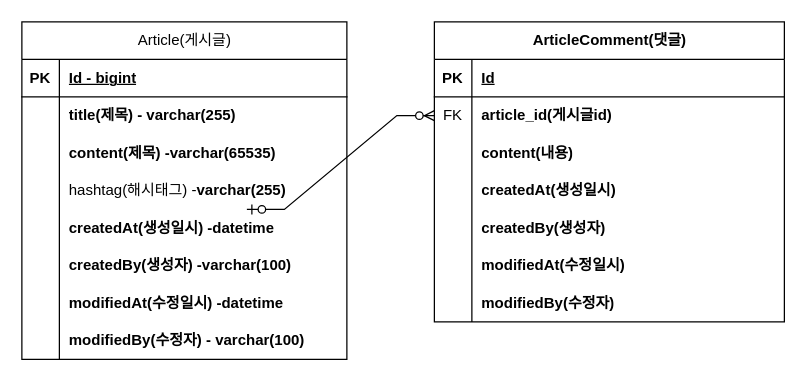
Above: project-board-erd.drawio in MyoungSoo7/project-board (draw.io), before the change. Source tidied: cells renumbered, new cells numbered last; positions are measured from the earlier drawing's top-left corner, leaving out a move shared by most shapes. Both pictures are drawn from the tidied source at 125%, with x=0, y=0 at pixel (21, 21).
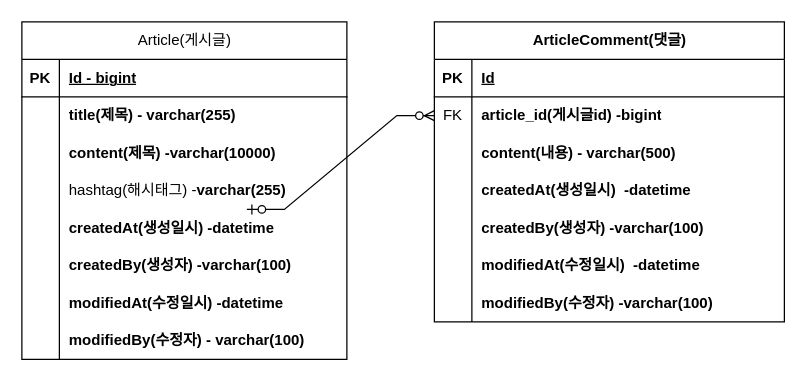
After the change.

The change refers to these unchanged cells:
```xml
<mxCell id="9" style="shape=tableRow;horizontal=0;startSize=0;swimlaneHead=0;swimlaneBody=0;fillColor=none;top=0;left=0;right=0;bottom=0;" parent="2" vertex="1">
  <mxGeometry y="90" width="260" height="30" as="geometry" />
</mxCell>
<mxCell id="31" style="shape=tableRow;horizontal=0;startSize=0;swimlaneHead=0;swimlaneBody=0;fillColor=none;points=[[0,0.5],[1,0.5]];portConstraint=eastwest;top=0;left=0;right=0;bottom=0;" parent="27" vertex="1">
  <mxGeometry y="60" width="280" height="30" as="geometry" />
</mxCell>
<mxCell id="34" style="shape=tableRow;horizontal=0;startSize=0;swimlaneHead=0;swimlaneBody=0;fillColor=none;top=0;left=0;right=0;bottom=0;" parent="27" vertex="1">
  <mxGeometry y="90" width="280" height="30" as="geometry" />
</mxCell>
<mxCell id="37" style="shape=tableRow;horizontal=0;startSize=0;swimlaneHead=0;swimlaneBody=0;fillColor=none;top=0;left=0;right=0;bottom=0;" parent="27" vertex="1">
  <mxGeometry y="120" width="280" height="30" as="geometry" />
</mxCell>
<mxCell id="40" style="shape=tableRow;horizontal=0;startSize=0;swimlaneHead=0;swimlaneBody=0;fillColor=none;top=0;left=0;right=0;bottom=0;" parent="27" vertex="1">
  <mxGeometry y="150" width="280" height="30" as="geometry" />
</mxCell>
<mxCell id="43" style="shape=tableRow;horizontal=0;startSize=0;swimlaneHead=0;swimlaneBody=0;fillColor=none;top=0;left=0;right=0;bottom=0;" parent="27" vertex="1">
  <mxGeometry y="180" width="280" height="30" as="geometry" />
</mxCell>
<mxCell id="46" style="shape=tableRow;horizontal=0;startSize=0;swimlaneHead=0;swimlaneBody=0;fillColor=none;top=0;left=0;right=0;bottom=0;" parent="27" vertex="1">
  <mxGeometry y="210" width="280" height="30" as="geometry" />
</mxCell>
```

What changed in the source:
```diff
@@
-    <mxCell id="11" value="content(제목) -varchar(65535)" style="shape=partialRectangle;fillColor=none;top=0;left=0;bottom=0;right=0;align=left;spacingLeft=6;overflow=hidden;whiteSpace=wrap;html=1;fontStyle=1;" parent="9" vertex="1">
+    <mxCell id="11" value="content(제목) -varchar(10000)" style="shape=partialRectangle;fillColor=none;top=0;left=0;bottom=0;right=0;align=left;spacingLeft=6;overflow=hidden;whiteSpace=wrap;html=1;fontStyle=1;" parent="9" vertex="1">
       <mxGeometry x="30" width="230" height="30" as="geometry" />
     </mxCell>
@@
-    <mxCell id="33" value="article_id(게시글id)" style="shape=partialRectangle;fillColor=none;top=0;left=0;bottom=0;right=0;align=left;spacingLeft=6;overflow=hidden;whiteSpace=wrap;html=1;fontStyle=1;" parent="31" vertex="1">
+    <mxCell id="33" value="article_id(게시글id) -bigint" style="shape=partialRectangle;fillColor=none;top=0;left=0;bottom=0;right=0;align=left;spacingLeft=6;overflow=hidden;whiteSpace=wrap;html=1;fontStyle=1;" parent="31" vertex="1">
       <mxGeometry x="30" width="250" height="30" as="geometry" />
     </mxCell>
@@
-    <mxCell id="36" value="content(내용)" style="shape=partialRectangle;fillColor=none;top=0;left=0;bottom=0;right=0;align=left;spacingLeft=6;overflow=hidden;whiteSpace=wrap;html=1;fontStyle=1;" parent="34" vertex="1">
+    <mxCell id="36" value="content(내용) - varchar(500)" style="shape=partialRectangle;fillColor=none;top=0;left=0;bottom=0;right=0;align=left;spacingLeft=6;overflow=hidden;whiteSpace=wrap;html=1;fontStyle=1;" parent="34" vertex="1">
       <mxGeometry x="30" width="250" height="30" as="geometry" />
     </mxCell>
@@
-    <mxCell id="39" value="createdAt(생성일시)" style="shape=partialRectangle;fillColor=none;top=0;left=0;bottom=0;right=0;align=left;spacingLeft=6;overflow=hidden;whiteSpace=wrap;html=1;fontStyle=1;" parent="37" vertex="1">
+    <mxCell id="39" value="createdAt(생성일시)&amp;nbsp;&amp;nbsp;-datetime" style="shape=partialRectangle;fillColor=none;top=0;left=0;bottom=0;right=0;align=left;spacingLeft=6;overflow=hidden;whiteSpace=wrap;html=1;fontStyle=1;" parent="37" vertex="1">
       <mxGeometry x="30" width="250" height="30" as="geometry" />
     </mxCell>
@@
-    <mxCell id="42" value="createdBy(생성자)" style="shape=partialRectangle;fillColor=none;top=0;left=0;bottom=0;right=0;align=left;spacingLeft=6;overflow=hidden;whiteSpace=wrap;html=1;fontStyle=1;" parent="40" vertex="1">
+    <mxCell id="42" value="createdBy(생성자) -varchar(100)" style="shape=partialRectangle;fillColor=none;top=0;left=0;bottom=0;right=0;align=left;spacingLeft=6;overflow=hidden;whiteSpace=wrap;html=1;fontStyle=1;" parent="40" vertex="1">
       <mxGeometry x="30" width="250" height="30" as="geometry" />
     </mxCell>
@@
-    <mxCell id="45" value="modifiedAt(수정일시)" style="shape=partialRectangle;fillColor=none;top=0;left=0;bottom=0;right=0;align=left;spacingLeft=6;overflow=hidden;whiteSpace=wrap;html=1;fontStyle=1;" parent="43" vertex="1">
+    <mxCell id="45" value="modifiedAt(수정일시)&amp;nbsp;&amp;nbsp;-datetime" style="shape=partialRectangle;fillColor=none;top=0;left=0;bottom=0;right=0;align=left;spacingLeft=6;overflow=hidden;whiteSpace=wrap;html=1;fontStyle=1;" parent="43" vertex="1">
       <mxGeometry x="30" width="250" height="30" as="geometry" />
     </mxCell>
@@
-    <mxCell id="48" value="modifiedBy(수정자)" style="shape=partialRectangle;fillColor=none;top=0;left=0;bottom=0;right=0;align=left;spacingLeft=6;overflow=hidden;whiteSpace=wrap;html=1;fontStyle=1;" parent="46" vertex="1">
+    <mxCell id="48" value="modifiedBy(수정자) -varchar(100)" style="shape=partialRectangle;fillColor=none;top=0;left=0;bottom=0;right=0;align=left;spacingLeft=6;overflow=hidden;whiteSpace=wrap;html=1;fontStyle=1;" parent="46" vertex="1">
       <mxGeometry x="30" width="250" height="30" as="geometry" />
     </mxCell>
```
